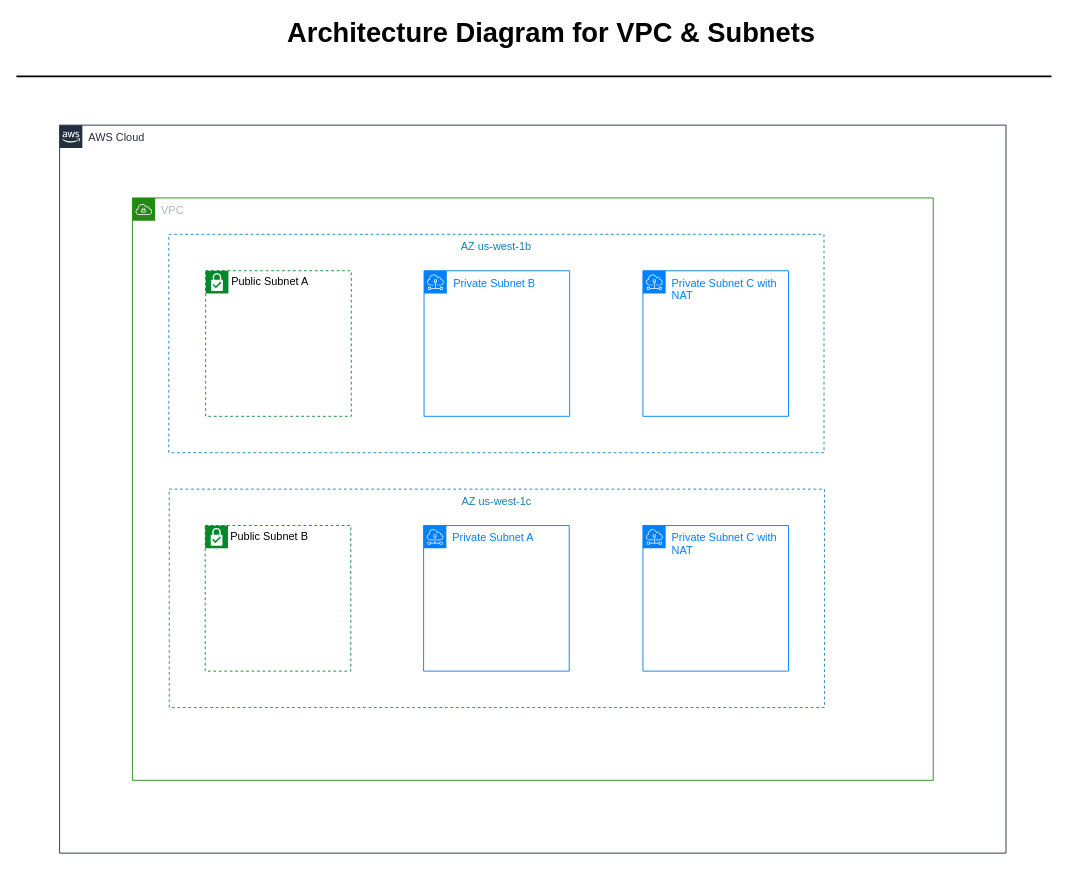
Earlier version of the draw.io diagram viaplay.drawio (vigneshkarthy3/Automation_Scripts). Source tidied: cells renumbered, new cells numbered last; positions are measured from the earlier drawing's top-left corner, leaving out a move shared by most shapes. Both pictures are drawn from the tidied source at 91%, with x=0, y=0 at pixel (15, 15).
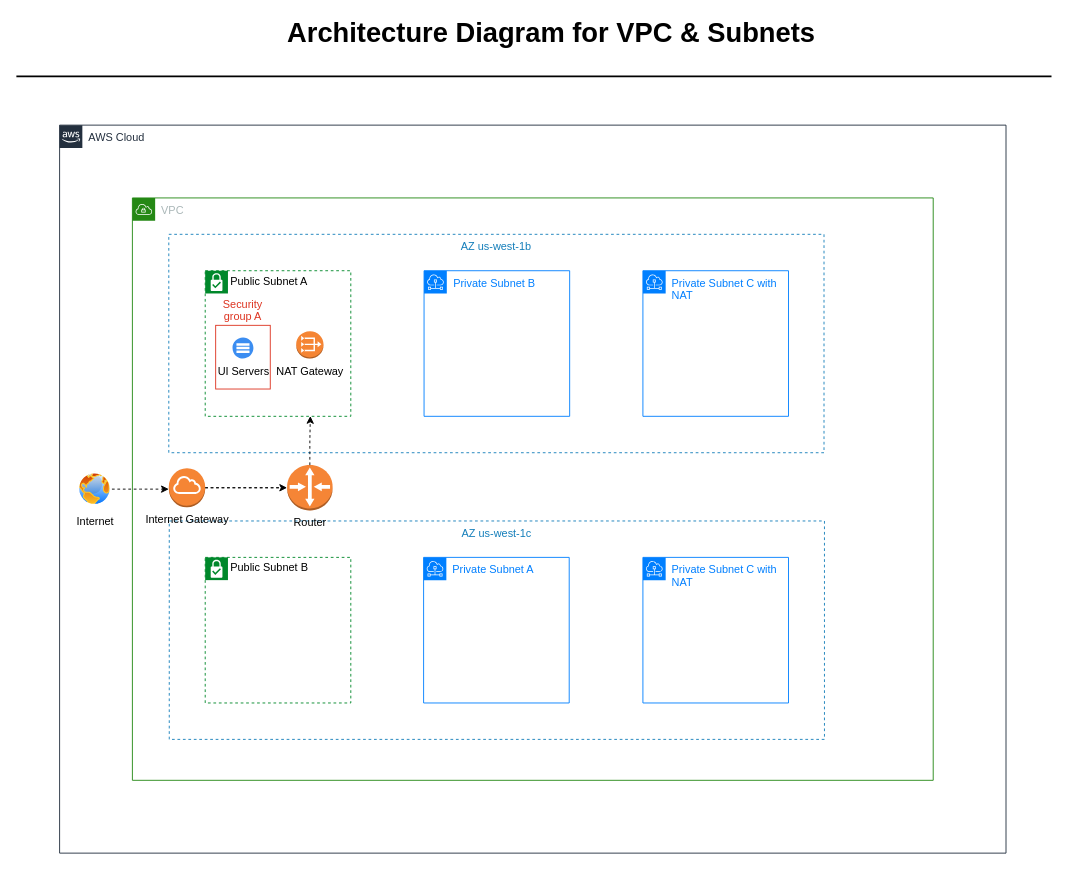
After the change.

Unchanged cells that the change refers to:
```xml
<mxCell id="2" value="AWS Cloud" style="gradientColor=none;html=1;whiteSpace=wrap;fontSize=12;fontStyle=0;shape=mxgraph.aws4.group;grIcon=mxgraph.aws4.group_aws_cloud_alt;strokeColor=#232F3E;fillColor=none;verticalAlign=top;align=left;spacingLeft=30;fontColor=#232F3E;dashed=0;labelBackgroundColor=none;" parent="1" vertex="1">
  <mxGeometry x="48" y="120" width="1040" height="800" as="geometry" />
</mxCell>
<mxCell id="3" value="VPC" style="points=[[0,0],[0.25,0],[0.5,0],[0.75,0],[1,0],[1,0.25],[1,0.5],[1,0.75],[1,1],[0.75,1],[0.5,1],[0.25,1],[0,1],[0,0.75],[0,0.5],[0,0.25]];outlineConnect=0;gradientColor=none;html=1;whiteSpace=wrap;fontSize=12;fontStyle=0;shape=mxgraph.aws4.group;grIcon=mxgraph.aws4.group_vpc;strokeColor=#248814;fillColor=none;verticalAlign=top;align=left;spacingLeft=30;fontColor=#AAB7B8;dashed=0;shadow=0;labelBackgroundColor=none;labelBorderColor=none;sketch=0;" parent="2" vertex="1">
  <mxGeometry x="80" y="80" width="880" height="640" as="geometry" />
</mxCell>
```

What changed in the source:
```diff
@@
     <mxCell id="5" value="AZ us-west-1c" style="fillColor=none;strokeColor=#147EBA;dashed=1;verticalAlign=top;fontStyle=0;fontColor=#147EBA;shadow=0;labelBackgroundColor=none;labelBorderColor=none;sketch=0;" parent="3" vertex="1">
-      <mxGeometry x="40.5" y="320" width="720" height="240" as="geometry" />
+      <mxGeometry x="40.5" y="355" width="720" height="240" as="geometry" />
     </mxCell>
+    <mxCell id="15" style="edgeStyle=orthogonalEdgeStyle;rounded=0;jettySize=auto;html=1;dashed=1;" parent="3" edge="1" source="16" target="17">
+      <mxGeometry relative="1" as="geometry" />
+    </mxCell>
+    <mxCell id="16" value="Internet Gateway" style="outlineConnect=0;dashed=0;verticalLabelPosition=bottom;verticalAlign=top;align=center;html=1;shape=mxgraph.aws3.internet_gateway;fillColor=#F58534;gradientColor=none;" parent="3" vertex="1">
+      <mxGeometry x="40" y="297" width="40" height="43" as="geometry" />
+    </mxCell>
+    <mxCell id="17" value="Router" style="outlineConnect=0;dashed=0;verticalLabelPosition=bottom;verticalAlign=top;align=center;html=1;shape=mxgraph.aws3.router;fillColor=#F58536;gradientColor=none;" parent="3" vertex="1">
+      <mxGeometry x="170" y="293.6" width="50" height="49.8" as="geometry" />
+    </mxCell>
+    <mxCell id="18" style="edgeStyle=orthogonalEdgeStyle;rounded=0;jettySize=auto;html=1;dashed=1;exitX=1;exitY=0.5;exitDx=0;exitDy=0;exitPerimeter=0;endArrow=none;" parent="3" edge="1" source="16" target="17">
+      <mxGeometry relative="1" as="geometry" />
+    </mxCell>
@@
+    <mxCell id="19" style="edgeStyle=orthogonalEdgeStyle;rounded=0;jettySize=auto;html=1;dashed=1;" parent="2" edge="1" source="20">
+      <mxGeometry relative="1" as="geometry">
+        <mxPoint x="120" y="400" as="targetPoint" />
+      </mxGeometry>
+    </mxCell>
+    <mxCell id="20" value="Internet" style="perimeter=ellipsePerimeter;html=1;align=center;shadow=0;dashed=0;spacingTop=3;image;image=img/lib/active_directory/internet_globe.svg;" parent="2" vertex="1">
+      <mxGeometry x="20" y="381.2" width="37.5" height="37.5" as="geometry" />
+    </mxCell>
@@
     <mxCell id="10" value="Public Subnet A" style="shape=mxgraph.ibm.box;prType=subnet;fontStyle=0;verticalAlign=top;align=left;spacingLeft=32;spacingTop=4;fillColor=none;rounded=0;whiteSpace=wrap;html=1;strokeColor=#00882B;strokeWidth=1;dashed=1;spacing=-4;shadow=0;labelBackgroundColor=none;labelBorderColor=none;sketch=0;" parent="1" vertex="1">
-      <mxGeometry x="208.5" y="280" width="160" height="160" as="geometry" />
+      <mxGeometry x="208" y="280" width="160" height="160" as="geometry" />
     </mxCell>
+    <mxCell id="21" value="UI Servers" style="sketch=0;html=1;strokeColor=none;shadow=0;align=center;verticalAlign=top;fillColor=#3B8DF1;shape=mxgraph.gcp2.servers_stacked;labelPosition=center;verticalLabelPosition=bottom;" parent="10" vertex="1">
+      <mxGeometry x="30" y="73.5" width="23" height="23" as="geometry" />
+    </mxCell>
+    <mxCell id="22" value="NAT Gateway" style="dashed=0;verticalLabelPosition=bottom;verticalAlign=top;align=center;html=1;shape=mxgraph.aws3.vpc_nat_gateway;fillColor=#F58534;gradientColor=none;" parent="10" vertex="1">
+      <mxGeometry x="100" y="66.5" width="30" height="30" as="geometry" />
+    </mxCell>
+    <mxCell id="23" value="Security &#10;group A" style="fillColor=none;strokeColor=#DD3522;verticalAlign=bottom;fontStyle=0;fontColor=#DD3522;labelPosition=center;verticalLabelPosition=top;align=center;" parent="10" vertex="1">
+      <mxGeometry x="11.5" y="60" width="60" height="70" as="geometry" />
+    </mxCell>
@@
     <mxCell id="12" value="Private Subnet A" style="sketch=0;gradientColor=none;html=1;whiteSpace=wrap;fontSize=12;fontStyle=0;shape=mxgraph.aws4.group;grIcon=mxgraph.aws4.group_subnet;strokeColor=#007FFF;fillColor=none;verticalAlign=top;align=left;spacingLeft=30;fontColor=#007FFF;dashed=0;shadow=0;labelBackgroundColor=none;labelBorderColor=none;" parent="1" vertex="1">
-      <mxGeometry x="448" y="560" width="160" height="160" as="geometry" />
+      <mxGeometry x="448" y="595" width="160" height="160" as="geometry" />
     </mxCell>
     <mxCell id="13" value="Public Subnet B" style="shape=mxgraph.ibm.box;prType=subnet;fontStyle=0;verticalAlign=top;align=left;spacingLeft=32;spacingTop=4;fillColor=none;rounded=0;whiteSpace=wrap;html=1;strokeColor=#00882B;strokeWidth=1;dashed=1;spacing=-4;shadow=0;labelBackgroundColor=none;labelBorderColor=none;sketch=0;" parent="1" vertex="1">
-      <mxGeometry x="208" y="560" width="160" height="160" as="geometry" />
+      <mxGeometry x="208" y="595" width="160" height="160" as="geometry" />
     </mxCell>
     <mxCell id="14" value="Private Subnet C with NAT" style="sketch=0;gradientColor=none;html=1;whiteSpace=wrap;fontSize=12;fontStyle=0;shape=mxgraph.aws4.group;grIcon=mxgraph.aws4.group_subnet;strokeColor=#007FFF;fillColor=none;verticalAlign=top;align=left;spacingLeft=30;fontColor=#007FFF;dashed=0;shadow=0;labelBackgroundColor=none;labelBorderColor=none;" parent="1" vertex="1">
-      <mxGeometry x="689" y="560" width="160" height="160" as="geometry" />
+      <mxGeometry x="689" y="595" width="160" height="160" as="geometry" />
     </mxCell>
+    <mxCell id="24" style="edgeStyle=orthogonalEdgeStyle;rounded=0;jettySize=auto;html=1;dashed=1;exitX=0.5;exitY=0;exitDx=0;exitDy=0;exitPerimeter=0;startArrow=none;entryX=0.722;entryY=0.998;entryDx=0;entryDy=0;entryPerimeter=0;" parent="1" edge="1" source="17" target="10">
+      <mxGeometry relative="1" as="geometry" />
+    </mxCell>
```
